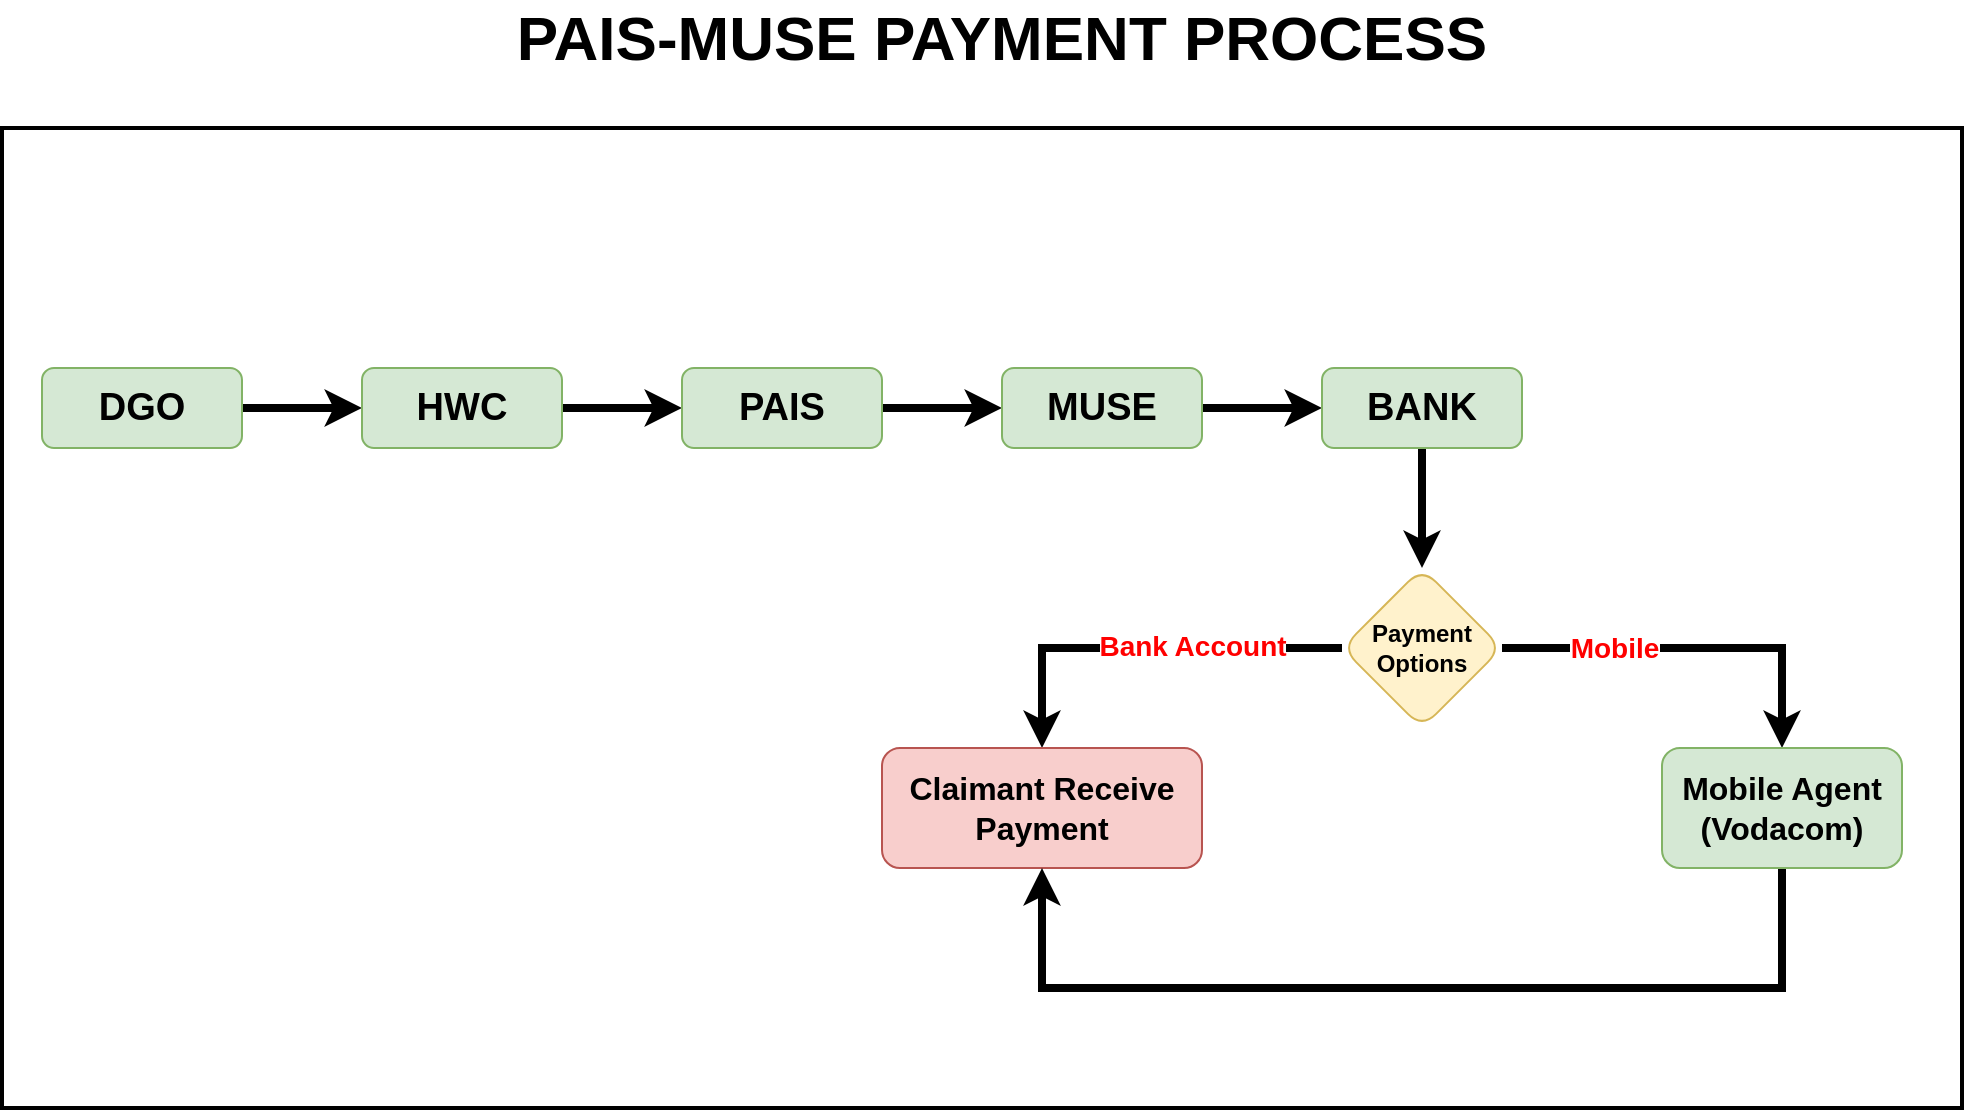
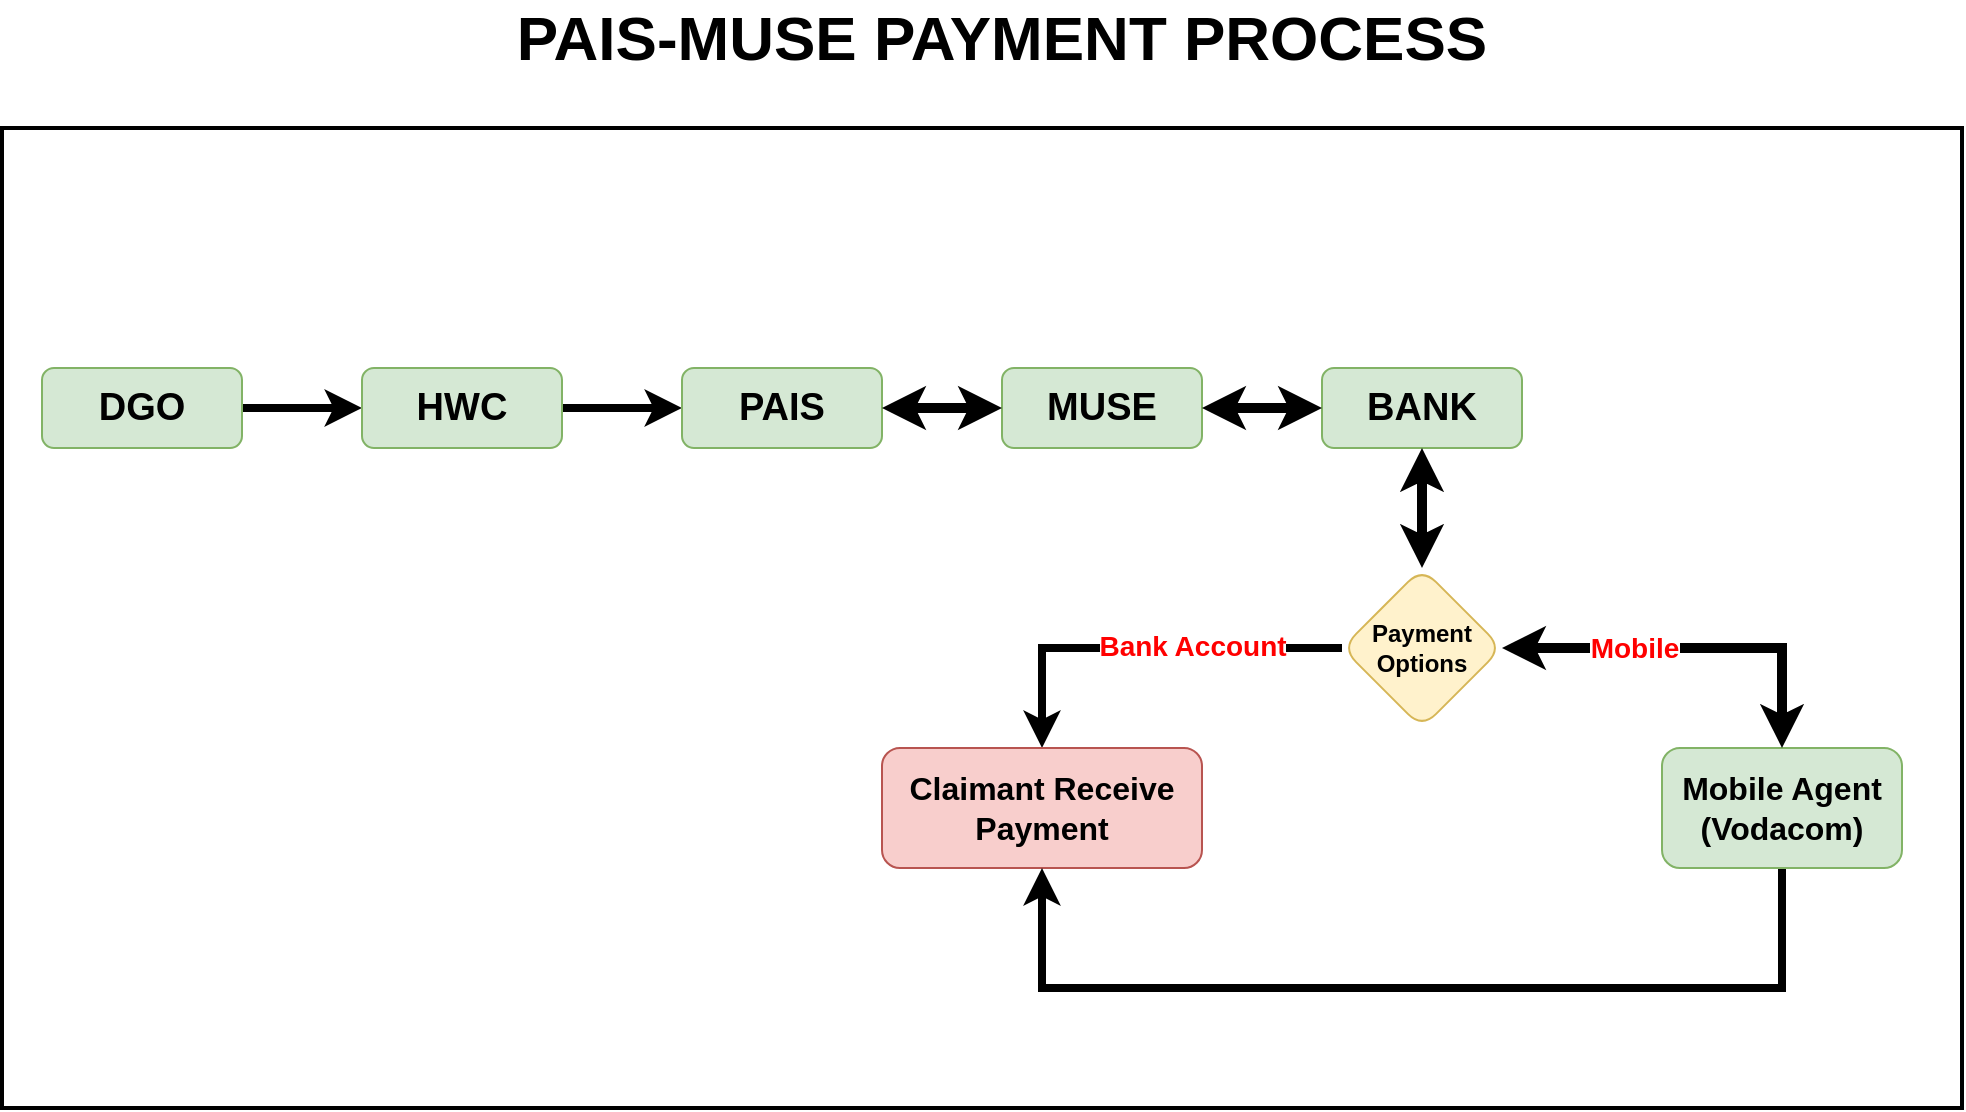
<mxfile host="app.diagrams.net" agent="Mozilla/5.0 (X11; Ubuntu; Linux x86_64; rv:147.0) Gecko/20100101 Firefox/147.0" version="29.4.0" pages="3">
  <diagram name="pais-muse1" id="uStP_agFvcTtnXEmvJFT">
    <mxGraphModel dx="1408" dy="894" grid="1" gridSize="10" guides="1" tooltips="1" connect="1" arrows="1" fold="1" page="1" pageScale="1" pageWidth="850" pageHeight="1100" math="0" shadow="0">
      <root>
        <mxCell id="0" />
        <mxCell id="1" parent="0" />
        <mxCell id="iFALeJrXT3fXh-jp0i4O-25" parent="1" style="rounded=0;whiteSpace=wrap;html=1;strokeWidth=2;" value="" vertex="1">
          <mxGeometry height="490" width="980" x="20" y="120" as="geometry" />
        </mxCell>
        <mxCell id="iFALeJrXT3fXh-jp0i4O-1" parent="1" style="text;html=1;whiteSpace=wrap;strokeColor=none;fillColor=none;align=center;verticalAlign=middle;rounded=0;" value="&lt;b&gt;&lt;font style=&quot;font-size: 31px;&quot;&gt;PAIS-MUSE PAYMENT PROCESS&lt;/font&gt;&lt;/b&gt;" vertex="1">
          <mxGeometry height="30" width="560" x="240" y="60" as="geometry" />
        </mxCell>
        <mxCell id="iFALeJrXT3fXh-jp0i4O-4" edge="1" parent="1" source="iFALeJrXT3fXh-jp0i4O-2" style="edgeStyle=orthogonalEdgeStyle;rounded=0;orthogonalLoop=1;jettySize=auto;html=1;strokeWidth=4;" target="iFALeJrXT3fXh-jp0i4O-3" value="">
          <mxGeometry relative="1" as="geometry" />
        </mxCell>
        <mxCell id="iFALeJrXT3fXh-jp0i4O-2" parent="1" style="rounded=1;whiteSpace=wrap;html=1;fillColor=#d5e8d4;strokeColor=#82b366;" value="&lt;font style=&quot;font-size: 19px;&quot;&gt;&lt;b&gt;DGO&lt;/b&gt;&lt;/font&gt;" vertex="1">
          <mxGeometry height="40" width="100" x="40" y="240" as="geometry" />
        </mxCell>
        <mxCell id="iFALeJrXT3fXh-jp0i4O-10" edge="1" parent="1" source="iFALeJrXT3fXh-jp0i4O-3" style="edgeStyle=orthogonalEdgeStyle;rounded=0;orthogonalLoop=1;jettySize=auto;html=1;strokeWidth=4;" target="iFALeJrXT3fXh-jp0i4O-7" value="">
          <mxGeometry relative="1" as="geometry" />
        </mxCell>
        <mxCell id="iFALeJrXT3fXh-jp0i4O-3" parent="1" style="rounded=1;whiteSpace=wrap;html=1;fillColor=#d5e8d4;strokeColor=#82b366;" value="&lt;font style=&quot;font-size: 19px;&quot;&gt;&lt;b&gt;HWC&lt;/b&gt;&lt;/font&gt;" vertex="1">
          <mxGeometry height="40" width="100" x="200" y="240" as="geometry" />
        </mxCell>
-         <mxCell id="iFALeJrXT3fXh-jp0i4O-11" edge="1" parent="1" source="iFALeJrXT3fXh-jp0i4O-7" style="edgeStyle=orthogonalEdgeStyle;rounded=0;orthogonalLoop=1;jettySize=auto;html=1;strokeWidth=4;" target="iFALeJrXT3fXh-jp0i4O-8" value="">
-           <mxGeometry relative="1" as="geometry" />
-         </mxCell>
        <mxCell id="iFALeJrXT3fXh-jp0i4O-7" parent="1" style="rounded=1;whiteSpace=wrap;html=1;fillColor=#d5e8d4;strokeColor=#82b366;" value="&lt;font style=&quot;font-size: 19px;&quot;&gt;&lt;b&gt;PAIS&lt;/b&gt;&lt;/font&gt;" vertex="1">
          <mxGeometry height="40" width="100" x="360" y="240" as="geometry" />
        </mxCell>
-         <mxCell id="iFALeJrXT3fXh-jp0i4O-12" edge="1" parent="1" source="iFALeJrXT3fXh-jp0i4O-8" style="edgeStyle=orthogonalEdgeStyle;rounded=0;orthogonalLoop=1;jettySize=auto;html=1;strokeWidth=4;" target="iFALeJrXT3fXh-jp0i4O-9" value="">
-           <mxGeometry relative="1" as="geometry" />
-         </mxCell>
        <mxCell id="iFALeJrXT3fXh-jp0i4O-8" parent="1" style="rounded=1;whiteSpace=wrap;html=1;fillColor=#d5e8d4;strokeColor=#82b366;" value="&lt;font style=&quot;font-size: 19px;&quot;&gt;&lt;b&gt;MUSE&lt;/b&gt;&lt;/font&gt;" vertex="1">
          <mxGeometry height="40" width="100" x="520" y="240" as="geometry" />
        </mxCell>
-         <mxCell id="iFALeJrXT3fXh-jp0i4O-15" edge="1" parent="1" source="iFALeJrXT3fXh-jp0i4O-9" style="edgeStyle=orthogonalEdgeStyle;rounded=0;orthogonalLoop=1;jettySize=auto;html=1;strokeWidth=4;" target="iFALeJrXT3fXh-jp0i4O-14" value="">
-           <mxGeometry relative="1" as="geometry" />
-         </mxCell>
        <mxCell id="iFALeJrXT3fXh-jp0i4O-9" parent="1" style="rounded=1;whiteSpace=wrap;html=1;fillColor=#d5e8d4;strokeColor=#82b366;" value="&lt;font style=&quot;font-size: 19px;&quot;&gt;&lt;b&gt;BANK&lt;/b&gt;&lt;/font&gt;" vertex="1">
          <mxGeometry height="40" width="100" x="680" y="240" as="geometry" />
        </mxCell>
        <mxCell id="iFALeJrXT3fXh-jp0i4O-18" edge="1" parent="1" source="iFALeJrXT3fXh-jp0i4O-14" style="edgeStyle=orthogonalEdgeStyle;rounded=0;orthogonalLoop=1;jettySize=auto;html=1;strokeWidth=4;" target="iFALeJrXT3fXh-jp0i4O-17" value="">
          <mxGeometry relative="1" as="geometry" />
        </mxCell>
        <mxCell id="iFALeJrXT3fXh-jp0i4O-19" connectable="0" parent="iFALeJrXT3fXh-jp0i4O-18" style="edgeLabel;html=1;align=center;verticalAlign=middle;resizable=0;points=[];" value="&lt;font style=&quot;color: rgb(255, 0, 0); font-size: 14px;&quot;&gt;&lt;b&gt;Bank Account&lt;/b&gt;&lt;/font&gt;" vertex="1">
          <mxGeometry relative="1" x="-0.2444" y="-1" as="geometry">
            <mxPoint as="offset" />
          </mxGeometry>
        </mxCell>
-         <mxCell id="iFALeJrXT3fXh-jp0i4O-22" edge="1" parent="1" source="iFALeJrXT3fXh-jp0i4O-14" style="edgeStyle=orthogonalEdgeStyle;rounded=0;orthogonalLoop=1;jettySize=auto;html=1;strokeWidth=4;" target="iFALeJrXT3fXh-jp0i4O-21" value="">
-           <mxGeometry relative="1" as="geometry" />
-         </mxCell>
-         <mxCell id="iFALeJrXT3fXh-jp0i4O-23" connectable="0" parent="iFALeJrXT3fXh-jp0i4O-22" style="edgeLabel;html=1;align=center;verticalAlign=middle;resizable=0;points=[];" value="&lt;font style=&quot;font-size: 14px; color: rgb(255, 0, 0);&quot;&gt;&lt;b&gt;Mobile&lt;/b&gt;&lt;/font&gt;" vertex="1">
-           <mxGeometry relative="1" x="-0.4105" as="geometry">
-             <mxPoint as="offset" />
-           </mxGeometry>
-         </mxCell>
        <mxCell id="iFALeJrXT3fXh-jp0i4O-14" parent="1" style="rhombus;whiteSpace=wrap;html=1;fillColor=#fff2cc;strokeColor=#d6b656;rounded=1;" value="&lt;b&gt;Payment Options&lt;/b&gt;" vertex="1">
          <mxGeometry height="80" width="80" x="690" y="340" as="geometry" />
        </mxCell>
        <mxCell id="iFALeJrXT3fXh-jp0i4O-17" parent="1" style="whiteSpace=wrap;html=1;fillColor=#f8cecc;strokeColor=#b85450;rounded=1;" value="&lt;b&gt;&lt;font style=&quot;font-size: 16px;&quot;&gt;Claimant Receive Payment&lt;/font&gt;&lt;/b&gt;" vertex="1">
          <mxGeometry height="60" width="160" x="460" y="430" as="geometry" />
        </mxCell>
        <mxCell id="iFALeJrXT3fXh-jp0i4O-24" edge="1" parent="1" source="iFALeJrXT3fXh-jp0i4O-21" style="edgeStyle=orthogonalEdgeStyle;rounded=0;orthogonalLoop=1;jettySize=auto;html=1;entryX=0.5;entryY=1;entryDx=0;entryDy=0;strokeWidth=4;" target="iFALeJrXT3fXh-jp0i4O-17">
          <mxGeometry relative="1" as="geometry">
            <Array as="points">
              <mxPoint x="910" y="550" />
              <mxPoint x="540" y="550" />
            </Array>
          </mxGeometry>
        </mxCell>
        <mxCell id="iFALeJrXT3fXh-jp0i4O-21" parent="1" style="whiteSpace=wrap;html=1;fillColor=#d5e8d4;strokeColor=#82b366;rounded=1;" value="&lt;div&gt;&lt;font style=&quot;font-size: 16px;&quot;&gt;&lt;b&gt;Mobile Agent&lt;/b&gt;&lt;/font&gt;&lt;/div&gt;&lt;div&gt;&lt;font style=&quot;font-size: 16px;&quot;&gt;&lt;b&gt;(Vodacom)&lt;/b&gt;&lt;/font&gt;&lt;/div&gt;" vertex="1">
          <mxGeometry height="60" width="120" x="850" y="430" as="geometry" />
+         </mxCell>
+         <mxCell id="JR1C0MLrWWhq-TF4itqi-1" edge="1" parent="1" source="iFALeJrXT3fXh-jp0i4O-7" style="endArrow=classic;startArrow=classic;html=1;rounded=0;strokeWidth=5;exitX=1;exitY=0.5;exitDx=0;exitDy=0;entryX=0;entryY=0.5;entryDx=0;entryDy=0;" target="iFALeJrXT3fXh-jp0i4O-8" value="">
+           <mxGeometry height="50" relative="1" width="50" as="geometry">
+             <mxPoint x="495" y="350" as="sourcePoint" />
+             <mxPoint x="545" y="300" as="targetPoint" />
+           </mxGeometry>
+         </mxCell>
+         <mxCell id="JR1C0MLrWWhq-TF4itqi-2" edge="1" parent="1" source="iFALeJrXT3fXh-jp0i4O-8" style="endArrow=classic;startArrow=classic;html=1;rounded=0;strokeWidth=5;exitX=1;exitY=0.5;exitDx=0;exitDy=0;entryX=0;entryY=0.5;entryDx=0;entryDy=0;" target="iFALeJrXT3fXh-jp0i4O-9" value="">
+           <mxGeometry height="50" relative="1" width="50" as="geometry">
+             <mxPoint x="630" y="239" as="sourcePoint" />
+             <mxPoint x="690" y="239" as="targetPoint" />
+           </mxGeometry>
+         </mxCell>
+         <mxCell id="JR1C0MLrWWhq-TF4itqi-3" edge="1" parent="1" source="iFALeJrXT3fXh-jp0i4O-9" style="endArrow=classic;startArrow=classic;html=1;rounded=0;strokeWidth=5;exitX=0.5;exitY=1;exitDx=0;exitDy=0;entryX=0.5;entryY=0;entryDx=0;entryDy=0;" target="iFALeJrXT3fXh-jp0i4O-14" value="">
+           <mxGeometry height="50" relative="1" width="50" as="geometry">
+             <mxPoint x="740" y="300" as="sourcePoint" />
+             <mxPoint x="800" y="300" as="targetPoint" />
+           </mxGeometry>
+         </mxCell>
+         <mxCell id="JR1C0MLrWWhq-TF4itqi-4" edge="1" parent="1" source="iFALeJrXT3fXh-jp0i4O-14" style="endArrow=classic;startArrow=classic;html=1;rounded=0;strokeWidth=5;exitX=1;exitY=0.5;exitDx=0;exitDy=0;entryX=0.5;entryY=0;entryDx=0;entryDy=0;" target="iFALeJrXT3fXh-jp0i4O-21" value="">
+           <mxGeometry height="50" relative="1" width="50" as="geometry">
+             <Array as="points">
+               <mxPoint x="910" y="380" />
+             </Array>
+             <mxPoint x="810" y="310" as="sourcePoint" />
+             <mxPoint x="810" y="370" as="targetPoint" />
+           </mxGeometry>
+         </mxCell>
+         <mxCell id="JR1C0MLrWWhq-TF4itqi-5" connectable="0" parent="JR1C0MLrWWhq-TF4itqi-4" style="edgeLabel;html=1;align=center;verticalAlign=middle;resizable=0;points=[];" value="&lt;font style=&quot;font-size: 14px; color: rgb(255, 0, 0);&quot;&gt;&lt;b&gt;Mobile&lt;/b&gt;&lt;/font&gt;" vertex="1">
+           <mxGeometry relative="1" x="-0.3118" as="geometry">
+             <mxPoint as="offset" />
+           </mxGeometry>
        </mxCell>
      </root>
    </mxGraphModel>
  </diagram>
  <diagram name="pais-muse3" id="ja7ZR2k1hwHYae1lmtJu">
    <mxGraphModel dx="1408" dy="894" grid="1" gridSize="10" guides="1" tooltips="1" connect="1" arrows="1" fold="1" page="1" pageScale="1" pageWidth="850" pageHeight="1100" math="0" shadow="0">
      <root>
        <mxCell id="gEyvcQ5Lc5XMzqyWup_o-0" />
        <mxCell id="gEyvcQ5Lc5XMzqyWup_o-1" parent="gEyvcQ5Lc5XMzqyWup_o-0" />
        <mxCell id="gEyvcQ5Lc5XMzqyWup_o-2" parent="gEyvcQ5Lc5XMzqyWup_o-1" style="rounded=0;whiteSpace=wrap;html=1;strokeWidth=2;" value="" vertex="1">
          <mxGeometry height="590" width="1040" x="20" y="120" as="geometry" />
        </mxCell>
        <mxCell id="gEyvcQ5Lc5XMzqyWup_o-3" parent="gEyvcQ5Lc5XMzqyWup_o-1" style="text;html=1;whiteSpace=wrap;strokeColor=none;fillColor=none;align=center;verticalAlign=middle;rounded=0;" value="&lt;b&gt;&lt;font style=&quot;font-size: 31px;&quot;&gt;PAIS-MUSE PAYMENT PROCESS&lt;/font&gt;&lt;/b&gt;" vertex="1">
          <mxGeometry height="30" width="560" x="240" y="60" as="geometry" />
        </mxCell>
        <mxCell id="gEyvcQ5Lc5XMzqyWup_o-4" edge="1" parent="gEyvcQ5Lc5XMzqyWup_o-1" source="gEyvcQ5Lc5XMzqyWup_o-5" style="edgeStyle=orthogonalEdgeStyle;rounded=0;orthogonalLoop=1;jettySize=auto;html=1;strokeWidth=4;" target="gEyvcQ5Lc5XMzqyWup_o-7" value="">
          <mxGeometry relative="1" as="geometry" />
        </mxCell>
        <mxCell id="gEyvcQ5Lc5XMzqyWup_o-5" parent="gEyvcQ5Lc5XMzqyWup_o-1" style="rounded=1;whiteSpace=wrap;html=1;fillColor=#d5e8d4;strokeColor=#82b366;" value="&lt;font style=&quot;font-size: 19px;&quot;&gt;&lt;b&gt;DGO&lt;/b&gt;&lt;/font&gt;" vertex="1">
          <mxGeometry height="40" width="100" x="40" y="240" as="geometry" />
        </mxCell>
        <mxCell id="gEyvcQ5Lc5XMzqyWup_o-6" edge="1" parent="gEyvcQ5Lc5XMzqyWup_o-1" source="gEyvcQ5Lc5XMzqyWup_o-7" style="edgeStyle=orthogonalEdgeStyle;rounded=0;orthogonalLoop=1;jettySize=auto;html=1;strokeWidth=4;" target="gEyvcQ5Lc5XMzqyWup_o-9" value="">
          <mxGeometry relative="1" as="geometry" />
        </mxCell>
        <mxCell id="gEyvcQ5Lc5XMzqyWup_o-7" parent="gEyvcQ5Lc5XMzqyWup_o-1" style="rounded=1;whiteSpace=wrap;html=1;fillColor=#d5e8d4;strokeColor=#82b366;" value="&lt;font style=&quot;font-size: 19px;&quot;&gt;&lt;b&gt;HWC&lt;/b&gt;&lt;/font&gt;" vertex="1">
          <mxGeometry height="40" width="100" x="200" y="240" as="geometry" />
        </mxCell>
-         <mxCell id="gEyvcQ5Lc5XMzqyWup_o-8" edge="1" parent="gEyvcQ5Lc5XMzqyWup_o-1" source="gEyvcQ5Lc5XMzqyWup_o-9" style="edgeStyle=orthogonalEdgeStyle;rounded=0;orthogonalLoop=1;jettySize=auto;html=1;strokeWidth=4;" target="gEyvcQ5Lc5XMzqyWup_o-11" value="">
-           <mxGeometry relative="1" as="geometry" />
-         </mxCell>
        <mxCell id="gEyvcQ5Lc5XMzqyWup_o-9" parent="gEyvcQ5Lc5XMzqyWup_o-1" style="rounded=1;whiteSpace=wrap;html=1;fillColor=#d5e8d4;strokeColor=#82b366;" value="&lt;font style=&quot;font-size: 19px;&quot;&gt;&lt;b&gt;PAIS&lt;/b&gt;&lt;/font&gt;" vertex="1">
          <mxGeometry height="40" width="100" x="360" y="240" as="geometry" />
        </mxCell>
-         <mxCell id="gEyvcQ5Lc5XMzqyWup_o-10" edge="1" parent="gEyvcQ5Lc5XMzqyWup_o-1" source="gEyvcQ5Lc5XMzqyWup_o-11" style="edgeStyle=orthogonalEdgeStyle;rounded=0;orthogonalLoop=1;jettySize=auto;html=1;strokeWidth=4;" target="gEyvcQ5Lc5XMzqyWup_o-13" value="">
-           <mxGeometry relative="1" as="geometry" />
-         </mxCell>
        <mxCell id="gEyvcQ5Lc5XMzqyWup_o-11" parent="gEyvcQ5Lc5XMzqyWup_o-1" style="rounded=1;whiteSpace=wrap;html=1;fillColor=#d5e8d4;strokeColor=#82b366;" value="&lt;font style=&quot;font-size: 19px;&quot;&gt;&lt;b&gt;MUSE&lt;/b&gt;&lt;/font&gt;" vertex="1">
          <mxGeometry height="40" width="100" x="520" y="240" as="geometry" />
-         </mxCell>
-         <mxCell id="gEyvcQ5Lc5XMzqyWup_o-12" edge="1" parent="gEyvcQ5Lc5XMzqyWup_o-1" source="gEyvcQ5Lc5XMzqyWup_o-13" style="edgeStyle=orthogonalEdgeStyle;rounded=0;orthogonalLoop=1;jettySize=auto;html=1;strokeWidth=4;" target="gEyvcQ5Lc5XMzqyWup_o-18" value="">
-           <mxGeometry relative="1" as="geometry" />
        </mxCell>
        <mxCell id="gEyvcQ5Lc5XMzqyWup_o-13" parent="gEyvcQ5Lc5XMzqyWup_o-1" style="rounded=1;whiteSpace=wrap;html=1;fillColor=#d5e8d4;strokeColor=#82b366;" value="&lt;font style=&quot;font-size: 19px;&quot;&gt;&lt;b&gt;BANK&lt;/b&gt;&lt;/font&gt;" vertex="1">
          <mxGeometry height="40" width="100" x="680" y="240" as="geometry" />
        </mxCell>
        <mxCell id="gEyvcQ5Lc5XMzqyWup_o-14" edge="1" parent="gEyvcQ5Lc5XMzqyWup_o-1" source="gEyvcQ5Lc5XMzqyWup_o-18" style="edgeStyle=orthogonalEdgeStyle;rounded=0;orthogonalLoop=1;jettySize=auto;html=1;strokeWidth=4;" target="gEyvcQ5Lc5XMzqyWup_o-19" value="">
          <mxGeometry relative="1" as="geometry" />
        </mxCell>
        <mxCell id="fQCNO5Nr4j_YOnMgO2aL-1" connectable="0" parent="gEyvcQ5Lc5XMzqyWup_o-14" style="edgeLabel;html=1;align=center;verticalAlign=middle;resizable=0;points=[];" value="&lt;font style=&quot;color: rgb(255, 0, 0); font-size: 14px;&quot;&gt;&lt;b&gt;Bank Account&lt;/b&gt;&lt;/font&gt;" vertex="1">
          <mxGeometry relative="1" x="-0.6771" y="3" as="geometry">
            <mxPoint x="-17" y="-5" as="offset" />
          </mxGeometry>
        </mxCell>
-         <mxCell id="gEyvcQ5Lc5XMzqyWup_o-16" edge="1" parent="gEyvcQ5Lc5XMzqyWup_o-1" source="gEyvcQ5Lc5XMzqyWup_o-18" style="edgeStyle=orthogonalEdgeStyle;rounded=0;orthogonalLoop=1;jettySize=auto;html=1;strokeWidth=4;" target="gEyvcQ5Lc5XMzqyWup_o-21" value="">
-           <mxGeometry relative="1" as="geometry" />
-         </mxCell>
-         <mxCell id="gEyvcQ5Lc5XMzqyWup_o-17" connectable="0" parent="gEyvcQ5Lc5XMzqyWup_o-16" style="edgeLabel;html=1;align=center;verticalAlign=middle;resizable=0;points=[];" value="&lt;font style=&quot;font-size: 14px; color: rgb(255, 0, 0);&quot;&gt;&lt;b&gt;Mobile&lt;/b&gt;&lt;/font&gt;" vertex="1">
-           <mxGeometry relative="1" x="-0.4105" as="geometry">
-             <mxPoint as="offset" />
-           </mxGeometry>
-         </mxCell>
        <mxCell id="gEyvcQ5Lc5XMzqyWup_o-18" parent="gEyvcQ5Lc5XMzqyWup_o-1" style="rhombus;whiteSpace=wrap;html=1;fillColor=#fff2cc;strokeColor=#d6b656;rounded=1;" value="&lt;b&gt;Payment Options&lt;/b&gt;" vertex="1">
          <mxGeometry height="80" width="80" x="690" y="340" as="geometry" />
        </mxCell>
        <mxCell id="gEyvcQ5Lc5XMzqyWup_o-19" parent="gEyvcQ5Lc5XMzqyWup_o-1" style="whiteSpace=wrap;html=1;fillColor=#f8cecc;strokeColor=#b85450;rounded=1;" value="&lt;b&gt;&lt;font style=&quot;font-size: 16px;&quot;&gt;Claimant Receive Payment&lt;/font&gt;&lt;/b&gt;" vertex="1">
          <mxGeometry height="60" width="160" x="418" y="568" as="geometry" />
        </mxCell>
        <mxCell id="gEyvcQ5Lc5XMzqyWup_o-20" edge="1" parent="gEyvcQ5Lc5XMzqyWup_o-1" style="edgeStyle=orthogonalEdgeStyle;rounded=0;orthogonalLoop=1;jettySize=auto;html=1;entryX=0.5;entryY=0;entryDx=0;entryDy=0;strokeWidth=4;" target="fQCNO5Nr4j_YOnMgO2aL-0">
          <mxGeometry relative="1" as="geometry">
            <Array as="points" />
            <mxPoint x="910" y="483" as="sourcePoint" />
            <mxPoint x="910" y="586" as="targetPoint" />
          </mxGeometry>
        </mxCell>
        <mxCell id="gEyvcQ5Lc5XMzqyWup_o-21" parent="gEyvcQ5Lc5XMzqyWup_o-1" style="whiteSpace=wrap;html=1;fillColor=#d5e8d4;strokeColor=#82b366;rounded=1;" value="&lt;div&gt;&lt;font style=&quot;font-size: 16px;&quot;&gt;&lt;b&gt;Mobile Agent&lt;/b&gt;&lt;/font&gt;&lt;/div&gt;&lt;div&gt;&lt;font style=&quot;font-size: 16px;&quot;&gt;&lt;b&gt;(Vodacom)&lt;/b&gt;&lt;/font&gt;&lt;/div&gt;" vertex="1">
          <mxGeometry height="60" width="120" x="850" y="430" as="geometry" />
        </mxCell>
        <mxCell id="fQCNO5Nr4j_YOnMgO2aL-0" parent="gEyvcQ5Lc5XMzqyWup_o-1" style="whiteSpace=wrap;html=1;fillColor=#f8cecc;strokeColor=#b85450;rounded=1;" value="&lt;b&gt;&lt;font style=&quot;font-size: 16px;&quot;&gt;Claimant Receive Payment&lt;/font&gt;&lt;/b&gt;" vertex="1">
          <mxGeometry height="60" width="160" x="830" y="564" as="geometry" />
+         </mxCell>
+         <mxCell id="Cgysq7yCOFX08yxD0ixm-0" edge="1" parent="gEyvcQ5Lc5XMzqyWup_o-1" source="gEyvcQ5Lc5XMzqyWup_o-18" style="endArrow=classic;startArrow=classic;html=1;rounded=0;strokeWidth=5;exitX=1;exitY=0.5;exitDx=0;exitDy=0;entryX=0.5;entryY=0;entryDx=0;entryDy=0;" target="gEyvcQ5Lc5XMzqyWup_o-21" value="">
+           <mxGeometry height="50" relative="1" width="50" as="geometry">
+             <Array as="points">
+               <mxPoint x="910" y="380" />
+             </Array>
+             <mxPoint x="780" y="370" as="sourcePoint" />
+             <mxPoint x="920" y="420" as="targetPoint" />
+           </mxGeometry>
+         </mxCell>
+         <mxCell id="Cgysq7yCOFX08yxD0ixm-1" connectable="0" parent="Cgysq7yCOFX08yxD0ixm-0" style="edgeLabel;html=1;align=center;verticalAlign=middle;resizable=0;points=[];" value="&lt;font style=&quot;font-size: 14px; color: rgb(255, 0, 0);&quot;&gt;&lt;b&gt;Mobile&lt;/b&gt;&lt;/font&gt;" vertex="1">
+           <mxGeometry relative="1" x="-0.3118" as="geometry">
+             <mxPoint as="offset" />
+           </mxGeometry>
+         </mxCell>
+         <mxCell id="jqzd4lHAjHWo9nq32uEl-0" edge="1" parent="gEyvcQ5Lc5XMzqyWup_o-1" source="gEyvcQ5Lc5XMzqyWup_o-9" style="endArrow=classic;startArrow=classic;html=1;rounded=0;strokeWidth=5;exitX=1;exitY=0.5;exitDx=0;exitDy=0;entryX=0;entryY=0.5;entryDx=0;entryDy=0;" target="gEyvcQ5Lc5XMzqyWup_o-11" value="">
+           <mxGeometry height="50" relative="1" width="50" as="geometry">
+             <mxPoint x="480" y="310" as="sourcePoint" />
+             <mxPoint x="540" y="310" as="targetPoint" />
+           </mxGeometry>
+         </mxCell>
+         <mxCell id="jqzd4lHAjHWo9nq32uEl-1" edge="1" parent="gEyvcQ5Lc5XMzqyWup_o-1" source="gEyvcQ5Lc5XMzqyWup_o-11" style="endArrow=classic;startArrow=classic;html=1;rounded=0;strokeWidth=5;exitX=1;exitY=0.5;exitDx=0;exitDy=0;entryX=0;entryY=0.5;entryDx=0;entryDy=0;" target="gEyvcQ5Lc5XMzqyWup_o-13" value="">
+           <mxGeometry height="50" relative="1" width="50" as="geometry">
+             <mxPoint x="650" y="260" as="sourcePoint" />
+             <mxPoint x="710" y="260" as="targetPoint" />
+           </mxGeometry>
+         </mxCell>
+         <mxCell id="jqzd4lHAjHWo9nq32uEl-2" edge="1" parent="gEyvcQ5Lc5XMzqyWup_o-1" source="gEyvcQ5Lc5XMzqyWup_o-13" style="endArrow=classic;startArrow=classic;html=1;rounded=0;strokeWidth=5;exitX=0.5;exitY=1;exitDx=0;exitDy=0;entryX=0.5;entryY=0;entryDx=0;entryDy=0;" target="gEyvcQ5Lc5XMzqyWup_o-18" value="">
+           <mxGeometry height="50" relative="1" width="50" as="geometry">
+             <mxPoint x="750" y="300" as="sourcePoint" />
+             <mxPoint x="810" y="300" as="targetPoint" />
+           </mxGeometry>
        </mxCell>
      </root>
    </mxGraphModel>
  </diagram>
  <diagram name="pais-muse2" id="EBL_oxCci--_uqAYJcLK">
    <mxGraphModel dx="1408" dy="894" grid="1" gridSize="10" guides="1" tooltips="1" connect="1" arrows="1" fold="1" page="1" pageScale="1" pageWidth="850" pageHeight="1100" math="0" shadow="0">
      <root>
        <mxCell id="SuBC7LgMJwljIOZ2bDag-0" />
        <mxCell id="SuBC7LgMJwljIOZ2bDag-1" parent="SuBC7LgMJwljIOZ2bDag-0" />
        <mxCell id="SuBC7LgMJwljIOZ2bDag-2" parent="SuBC7LgMJwljIOZ2bDag-1" style="rounded=0;whiteSpace=wrap;html=1;strokeWidth=2;" value="" vertex="1">
          <mxGeometry height="570" width="990" x="20" y="120" as="geometry" />
        </mxCell>
        <mxCell id="SuBC7LgMJwljIOZ2bDag-3" parent="SuBC7LgMJwljIOZ2bDag-1" style="text;html=1;whiteSpace=wrap;strokeColor=none;fillColor=none;align=center;verticalAlign=middle;rounded=0;" value="&lt;b&gt;&lt;font style=&quot;font-size: 31px;&quot;&gt;PAIS-MUSE PAYMENT PROCESS&lt;/font&gt;&lt;/b&gt;" vertex="1">
          <mxGeometry height="30" width="560" x="240" y="60" as="geometry" />
        </mxCell>
        <mxCell id="SuBC7LgMJwljIOZ2bDag-4" edge="1" parent="SuBC7LgMJwljIOZ2bDag-1" source="SuBC7LgMJwljIOZ2bDag-5" style="edgeStyle=orthogonalEdgeStyle;rounded=0;orthogonalLoop=1;jettySize=auto;html=1;strokeWidth=4;" target="SuBC7LgMJwljIOZ2bDag-7" value="">
          <mxGeometry relative="1" as="geometry" />
        </mxCell>
        <mxCell id="SuBC7LgMJwljIOZ2bDag-5" parent="SuBC7LgMJwljIOZ2bDag-1" style="rounded=1;whiteSpace=wrap;html=1;fillColor=#d5e8d4;strokeColor=#82b366;" value="&lt;font style=&quot;font-size: 19px;&quot;&gt;&lt;b&gt;DGO&lt;/b&gt;&lt;/font&gt;" vertex="1">
          <mxGeometry height="40" width="100" x="40" y="240" as="geometry" />
        </mxCell>
        <mxCell id="SuBC7LgMJwljIOZ2bDag-6" edge="1" parent="SuBC7LgMJwljIOZ2bDag-1" source="SuBC7LgMJwljIOZ2bDag-7" style="edgeStyle=orthogonalEdgeStyle;rounded=0;orthogonalLoop=1;jettySize=auto;html=1;strokeWidth=4;" target="SuBC7LgMJwljIOZ2bDag-9" value="">
          <mxGeometry relative="1" as="geometry" />
        </mxCell>
        <mxCell id="SuBC7LgMJwljIOZ2bDag-7" parent="SuBC7LgMJwljIOZ2bDag-1" style="rounded=1;whiteSpace=wrap;html=1;fillColor=#d5e8d4;strokeColor=#82b366;" value="&lt;font style=&quot;font-size: 19px;&quot;&gt;&lt;b&gt;HWC&lt;/b&gt;&lt;/font&gt;" vertex="1">
          <mxGeometry height="40" width="100" x="200" y="240" as="geometry" />
        </mxCell>
-         <mxCell id="SuBC7LgMJwljIOZ2bDag-8" edge="1" parent="SuBC7LgMJwljIOZ2bDag-1" source="SuBC7LgMJwljIOZ2bDag-9" style="edgeStyle=orthogonalEdgeStyle;rounded=0;orthogonalLoop=1;jettySize=auto;html=1;strokeWidth=4;" target="SuBC7LgMJwljIOZ2bDag-11" value="">
-           <mxGeometry relative="1" as="geometry" />
-         </mxCell>
        <mxCell id="SuBC7LgMJwljIOZ2bDag-9" parent="SuBC7LgMJwljIOZ2bDag-1" style="rounded=1;whiteSpace=wrap;html=1;fillColor=#d5e8d4;strokeColor=#82b366;" value="&lt;font style=&quot;font-size: 19px;&quot;&gt;&lt;b&gt;PAIS&lt;/b&gt;&lt;/font&gt;" vertex="1">
          <mxGeometry height="40" width="100" x="360" y="240" as="geometry" />
        </mxCell>
-         <mxCell id="SuBC7LgMJwljIOZ2bDag-10" edge="1" parent="SuBC7LgMJwljIOZ2bDag-1" source="SuBC7LgMJwljIOZ2bDag-11" style="edgeStyle=orthogonalEdgeStyle;rounded=0;orthogonalLoop=1;jettySize=auto;html=1;strokeWidth=4;" target="SuBC7LgMJwljIOZ2bDag-13" value="">
-           <mxGeometry relative="1" as="geometry" />
-         </mxCell>
        <mxCell id="SuBC7LgMJwljIOZ2bDag-11" parent="SuBC7LgMJwljIOZ2bDag-1" style="rounded=1;whiteSpace=wrap;html=1;fillColor=#d5e8d4;strokeColor=#82b366;" value="&lt;font style=&quot;font-size: 19px;&quot;&gt;&lt;b&gt;MUSE&lt;/b&gt;&lt;/font&gt;" vertex="1">
          <mxGeometry height="40" width="100" x="520" y="240" as="geometry" />
        </mxCell>
-         <mxCell id="SuBC7LgMJwljIOZ2bDag-12" edge="1" parent="SuBC7LgMJwljIOZ2bDag-1" source="SuBC7LgMJwljIOZ2bDag-13" style="edgeStyle=orthogonalEdgeStyle;rounded=0;orthogonalLoop=1;jettySize=auto;html=1;strokeWidth=4;" target="SuBC7LgMJwljIOZ2bDag-18" value="">
-           <mxGeometry relative="1" as="geometry" />
-         </mxCell>
        <mxCell id="SuBC7LgMJwljIOZ2bDag-13" parent="SuBC7LgMJwljIOZ2bDag-1" style="rounded=1;whiteSpace=wrap;html=1;fillColor=#d5e8d4;strokeColor=#82b366;" value="&lt;font style=&quot;font-size: 19px;&quot;&gt;&lt;b&gt;BANK&lt;/b&gt;&lt;/font&gt;" vertex="1">
          <mxGeometry height="40" width="100" x="680" y="240" as="geometry" />
        </mxCell>
        <mxCell id="SuBC7LgMJwljIOZ2bDag-14" edge="1" parent="SuBC7LgMJwljIOZ2bDag-1" source="SuBC7LgMJwljIOZ2bDag-18" style="edgeStyle=orthogonalEdgeStyle;rounded=0;orthogonalLoop=1;jettySize=auto;html=1;strokeWidth=4;" target="SuBC7LgMJwljIOZ2bDag-19" value="">
          <mxGeometry relative="1" as="geometry">
            <Array as="points">
              <mxPoint x="460" y="380" />
              <mxPoint x="460" y="570" />
            </Array>
          </mxGeometry>
        </mxCell>
        <mxCell id="dEHVeRqu8Z1WEWZ1QJQr-0" connectable="0" parent="SuBC7LgMJwljIOZ2bDag-14" style="edgeLabel;html=1;align=center;verticalAlign=middle;resizable=0;points=[];" value="&lt;font style=&quot;color: rgb(255, 0, 0); font-size: 14px;&quot;&gt;&lt;b&gt;Bank Account&lt;/b&gt;&lt;/font&gt;" vertex="1">
          <mxGeometry relative="1" x="-0.718" y="-1" as="geometry">
            <mxPoint as="offset" />
          </mxGeometry>
        </mxCell>
-         <mxCell id="SuBC7LgMJwljIOZ2bDag-16" edge="1" parent="SuBC7LgMJwljIOZ2bDag-1" source="SuBC7LgMJwljIOZ2bDag-18" style="edgeStyle=orthogonalEdgeStyle;rounded=0;orthogonalLoop=1;jettySize=auto;html=1;strokeWidth=4;" target="SuBC7LgMJwljIOZ2bDag-21" value="">
-           <mxGeometry relative="1" as="geometry" />
-         </mxCell>
-         <mxCell id="SuBC7LgMJwljIOZ2bDag-17" connectable="0" parent="SuBC7LgMJwljIOZ2bDag-16" style="edgeLabel;html=1;align=center;verticalAlign=middle;resizable=0;points=[];" value="&lt;font style=&quot;font-size: 14px; color: rgb(255, 0, 0);&quot;&gt;&lt;b&gt;Mobile&lt;/b&gt;&lt;/font&gt;" vertex="1">
-           <mxGeometry relative="1" x="-0.4105" as="geometry">
-             <mxPoint as="offset" />
-           </mxGeometry>
-         </mxCell>
        <mxCell id="SuBC7LgMJwljIOZ2bDag-18" parent="SuBC7LgMJwljIOZ2bDag-1" style="rhombus;whiteSpace=wrap;html=1;fillColor=#fff2cc;strokeColor=#d6b656;rounded=1;" value="&lt;b&gt;Payment Options&lt;/b&gt;" vertex="1">
          <mxGeometry height="80" width="80" x="690" y="340" as="geometry" />
        </mxCell>
        <mxCell id="SuBC7LgMJwljIOZ2bDag-19" parent="SuBC7LgMJwljIOZ2bDag-1" style="whiteSpace=wrap;html=1;fillColor=#f8cecc;strokeColor=#b85450;rounded=1;" value="&lt;b&gt;&lt;font style=&quot;font-size: 16px;&quot;&gt;Claimant Receive Payment&lt;/font&gt;&lt;/b&gt;" vertex="1">
          <mxGeometry height="60" width="160" x="610" y="540" as="geometry" />
        </mxCell>
        <mxCell id="SuBC7LgMJwljIOZ2bDag-20" edge="1" parent="SuBC7LgMJwljIOZ2bDag-1" source="SuBC7LgMJwljIOZ2bDag-21" style="edgeStyle=orthogonalEdgeStyle;rounded=0;orthogonalLoop=1;jettySize=auto;html=1;entryX=1;entryY=0.5;entryDx=0;entryDy=0;strokeWidth=4;" target="SuBC7LgMJwljIOZ2bDag-19">
          <mxGeometry relative="1" as="geometry">
            <Array as="points">
              <mxPoint x="910" y="570" />
            </Array>
          </mxGeometry>
        </mxCell>
        <mxCell id="SuBC7LgMJwljIOZ2bDag-21" parent="SuBC7LgMJwljIOZ2bDag-1" style="whiteSpace=wrap;html=1;fillColor=#d5e8d4;strokeColor=#82b366;rounded=1;" value="&lt;div&gt;&lt;font style=&quot;font-size: 16px;&quot;&gt;&lt;b&gt;Mobile Agent&lt;/b&gt;&lt;/font&gt;&lt;/div&gt;&lt;div&gt;&lt;font style=&quot;font-size: 16px;&quot;&gt;&lt;b&gt;(Vodacom)&lt;/b&gt;&lt;/font&gt;&lt;/div&gt;" vertex="1">
          <mxGeometry height="60" width="120" x="850" y="430" as="geometry" />
+         </mxCell>
+         <mxCell id="CS_m20DJb8XZvPR_pCiy-0" edge="1" parent="SuBC7LgMJwljIOZ2bDag-1" source="SuBC7LgMJwljIOZ2bDag-18" style="endArrow=classic;startArrow=classic;html=1;rounded=0;strokeWidth=5;exitX=1;exitY=0.5;exitDx=0;exitDy=0;entryX=0.5;entryY=0;entryDx=0;entryDy=0;" target="SuBC7LgMJwljIOZ2bDag-21" value="">
+           <mxGeometry height="50" relative="1" width="50" as="geometry">
+             <Array as="points">
+               <mxPoint x="910" y="380" />
+             </Array>
+             <mxPoint x="790" y="380" as="sourcePoint" />
+             <mxPoint x="930" y="430" as="targetPoint" />
+           </mxGeometry>
+         </mxCell>
+         <mxCell id="CS_m20DJb8XZvPR_pCiy-1" connectable="0" parent="CS_m20DJb8XZvPR_pCiy-0" style="edgeLabel;html=1;align=center;verticalAlign=middle;resizable=0;points=[];" value="&lt;font style=&quot;font-size: 14px; color: rgb(255, 0, 0);&quot;&gt;&lt;b&gt;Mobile&lt;/b&gt;&lt;/font&gt;" vertex="1">
+           <mxGeometry relative="1" x="-0.3118" as="geometry">
+             <mxPoint as="offset" />
+           </mxGeometry>
+         </mxCell>
+         <mxCell id="1jYqC5p_5NofA6Kubrj4-0" edge="1" parent="SuBC7LgMJwljIOZ2bDag-1" source="SuBC7LgMJwljIOZ2bDag-13" style="endArrow=classic;startArrow=classic;html=1;rounded=0;strokeWidth=5;exitX=0.5;exitY=1;exitDx=0;exitDy=0;entryX=0.5;entryY=0.088;entryDx=0;entryDy=0;entryPerimeter=0;" target="SuBC7LgMJwljIOZ2bDag-18" value="">
+           <mxGeometry height="50" relative="1" width="50" as="geometry">
+             <mxPoint x="730" y="290" as="sourcePoint" />
+             <mxPoint x="730" y="350" as="targetPoint" />
+           </mxGeometry>
+         </mxCell>
+         <mxCell id="1jYqC5p_5NofA6Kubrj4-1" edge="1" parent="SuBC7LgMJwljIOZ2bDag-1" source="SuBC7LgMJwljIOZ2bDag-11" style="endArrow=classic;startArrow=classic;html=1;rounded=0;strokeWidth=5;exitX=1;exitY=0.5;exitDx=0;exitDy=0;entryX=0;entryY=0.5;entryDx=0;entryDy=0;" target="SuBC7LgMJwljIOZ2bDag-13" value="">
+           <mxGeometry height="50" relative="1" width="50" as="geometry">
+             <mxPoint x="650" y="300" as="sourcePoint" />
+             <mxPoint x="650" y="360" as="targetPoint" />
+           </mxGeometry>
+         </mxCell>
+         <mxCell id="1jYqC5p_5NofA6Kubrj4-2" edge="1" parent="SuBC7LgMJwljIOZ2bDag-1" source="SuBC7LgMJwljIOZ2bDag-9" style="endArrow=classic;startArrow=classic;html=1;rounded=0;strokeWidth=5;exitX=1;exitY=0.5;exitDx=0;exitDy=0;entryX=0;entryY=0.5;entryDx=0;entryDy=0;" target="SuBC7LgMJwljIOZ2bDag-11" value="">
+           <mxGeometry height="50" relative="1" width="50" as="geometry">
+             <mxPoint x="490" y="260" as="sourcePoint" />
+             <mxPoint x="490" y="320" as="targetPoint" />
+           </mxGeometry>
        </mxCell>
      </root>
    </mxGraphModel>
  </diagram>
</mxfile>
